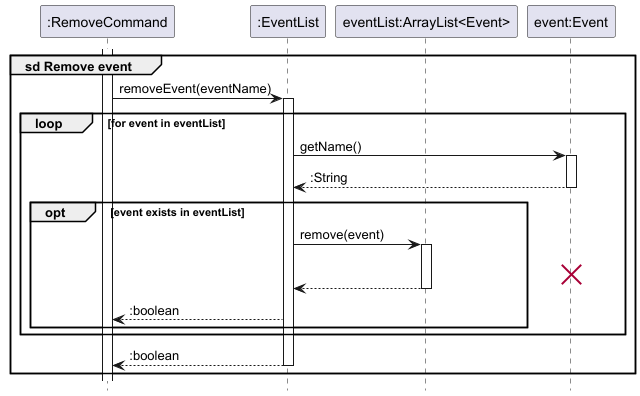
This is docs/images/RemoveEventSequenceDiagram.png from nus-cs2113-AY2425S1/tp, a PlantUML export, as it was before one commit.
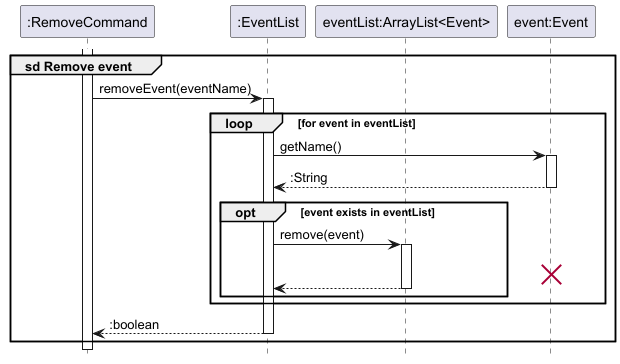
After the commit.

What changed in the source:
```diff
@@ -22,7 +22,6 @@
             activate list
             destroy event
             return
-            eventList --> command : :boolean
         end
     end
     return :boolean
```
